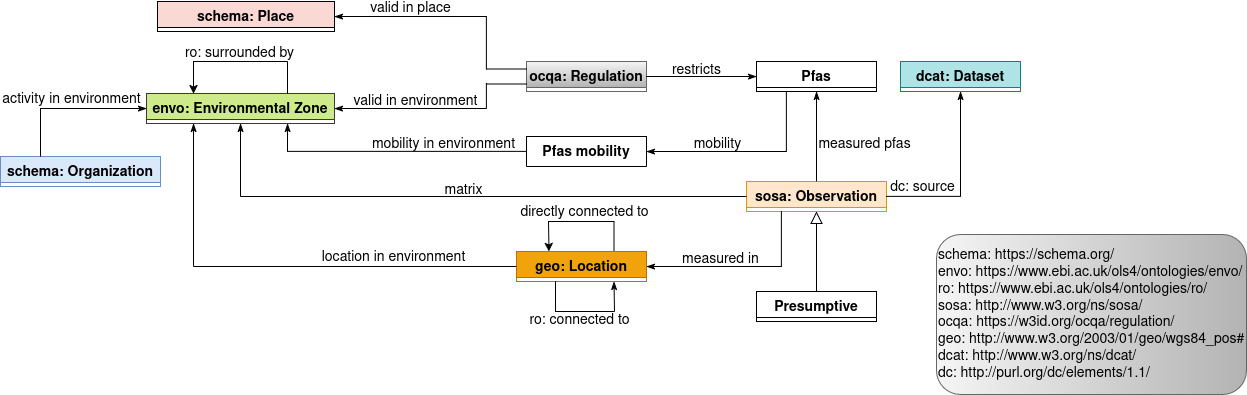
The draw.io diagram ontology/schemas/schema_measurement.png in davide1797/OntoPFAS, before a commit. Source tidied: cells renumbered, new cells last; positions are measured from the earlier drawing's top-left corner, leaving out a move shared by most shapes.
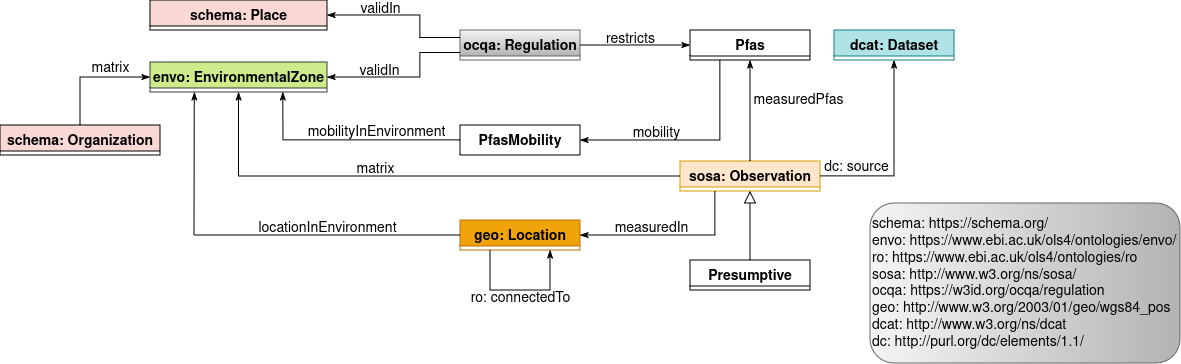
After the change.

Diff of the diagram source:
```diff
@@ -6,43 +6,42 @@
       <mxGeometry x="756" y="60" width="120" height="30" as="geometry" />
     </mxCell>
     <mxCell id="3" value="geo: Location" style="swimlane;fontStyle=1;align=center;verticalAlign=top;horizontal=1;startSize=26;rounded=0;shadow=0;strokeWidth=1;fontSize=14;fillColor=#F0A30A;strokeColor=#BD7000;fontColor=#000000;" parent="1" vertex="1">
-      <mxGeometry x="516" y="250" width="130" height="30" as="geometry" />
+      <mxGeometry x="526" y="250" width="120" height="30" as="geometry" />
     </mxCell>
     <mxCell id="4" value="schema: Place" style="swimlane;fontStyle=1;align=center;verticalAlign=top;horizontal=1;startSize=26;rounded=0;shadow=0;strokeWidth=1;fontSize=14;fillColor=#FAD9D5;" parent="1" vertex="1">
-      <mxGeometry x="157" width="177" height="30" as="geometry" />
+      <mxGeometry x="216" y="30" width="177" height="30" as="geometry" />
     </mxCell>
-    <mxCell id="5" value="envo: Environmental Zone" style="swimlane;fontStyle=1;align=center;verticalAlign=top;horizontal=1;startSize=26;rounded=0;shadow=0;strokeWidth=1;fontSize=14;fillColor=#CDEB8B;strokeColor=#36393d;" parent="1" vertex="1">
-      <mxGeometry x="146" y="92" width="188" height="30" as="geometry" />
+    <mxCell id="5" value="envo: EnvironmentalZone" style="swimlane;fontStyle=1;align=center;verticalAlign=top;horizontal=1;startSize=26;rounded=0;shadow=0;strokeWidth=1;fontSize=14;fillColor=#CDEB8B;strokeColor=#36393d;" parent="1" vertex="1">
+      <mxGeometry x="216" y="92" width="177" height="30" as="geometry" />
     </mxCell>
     <mxCell id="6" value="ocqa: Regulation" style="swimlane;fontStyle=1;align=center;verticalAlign=top;horizontal=1;startSize=26;rounded=0;shadow=0;strokeWidth=1;fontSize=14;fillColor=#f5f5f5;strokeColor=#666666;gradientColor=#B3B3B3;" parent="1" vertex="1">
       <mxGeometry x="526" y="60" width="120" height="30" as="geometry" />
     </mxCell>
-    <mxCell id="7" value="Pfas mobility" style="swimlane;fontStyle=1;align=center;verticalAlign=top;horizontal=1;startSize=30;rounded=0;shadow=0;strokeWidth=1;fontSize=14;" parent="1" vertex="1">
-      <mxGeometry x="526" y="135" width="120" height="30" as="geometry" />
+    <mxCell id="7" value="PfasMobility" style="swimlane;fontStyle=1;align=center;verticalAlign=top;horizontal=1;startSize=30;rounded=0;shadow=0;strokeWidth=1;fontSize=14;" parent="1" vertex="1">
+      <mxGeometry x="526" y="155" width="120" height="30" as="geometry" />
     </mxCell>
     <mxCell id="8" value="sosa: Observation" style="swimlane;fontStyle=1;align=center;verticalAlign=top;horizontal=1;startSize=26;rounded=0;shadow=0;strokeWidth=1;fontSize=14;fillColor=#FFE6CC;strokeColor=#d79b00;" parent="1" vertex="1">
-      <mxGeometry x="746" y="180" width="140" height="30" as="geometry" />
+      <mxGeometry x="746" y="191" width="140" height="30" as="geometry" />
     </mxCell>
-    <mxCell id="9" style="endArrow=none;shadow=0;strokeWidth=1;rounded=0;curved=0;endFill=0;edgeStyle=elbowEdgeStyle;elbow=vertical;" parent="1" edge="1">
+    <mxCell id="9" style="endArrow=none;shadow=0;strokeWidth=1;rounded=0;curved=0;endFill=0;edgeStyle=elbowEdgeStyle;elbow=vertical;exitX=0.25;exitY=1;exitDx=0;exitDy=0;" parent="1" edge="1" source="3">
       <mxGeometry x="0.5" y="41" relative="1" as="geometry">
-        <mxPoint x="555" y="280" as="sourcePoint" />
-        <mxPoint x="614" y="310" as="targetPoint" />
+        <mxPoint x="616" y="310" as="targetPoint" />
         <Array as="points">
-          <mxPoint x="586" y="310" />
+          <mxPoint x="586" y="320" />
         </Array>
         <mxPoint x="-40" y="32" as="offset" />
       </mxGeometry>
     </mxCell>
-    <mxCell id="10" value="ro: connected to" style="text;html=1;align=center;verticalAlign=middle;labelBackgroundColor=none;rounded=0;shadow=0;strokeWidth=1;fontSize=14;" parent="9" vertex="1">
+    <mxCell id="10" value="ro: connectedTo" style="text;html=1;align=center;verticalAlign=middle;labelBackgroundColor=none;rounded=0;shadow=0;strokeWidth=1;fontSize=14;" parent="9" vertex="1">
       <mxGeometry x="0.5" y="49" relative="1" as="geometry">
-        <mxPoint x="-13" y="58" as="offset" />
+        <mxPoint x="-13" y="57" as="offset" />
       </mxGeometry>
     </mxCell>
     <mxCell id="11" style="endArrow=classicThin;shadow=0;strokeWidth=1;rounded=0;curved=0;endFill=1;edgeStyle=elbowEdgeStyle;elbow=vertical;entryX=1;entryY=0.5;entryDx=0;entryDy=0;" parent="1" edge="1" target="7">
       <mxGeometry x="0.5" y="41" relative="1" as="geometry">
         <mxPoint x="786" y="90" as="sourcePoint" />
         <Array as="points">
-          <mxPoint x="716" y="150" />
+          <mxPoint x="716" y="170" />
         </Array>
         <mxPoint x="-40" y="32" as="offset" />
       </mxGeometry>
@@ -55,7 +54,7 @@
     <mxCell id="13" style="endArrow=classicThin;shadow=0;strokeWidth=1;rounded=0;curved=0;endFill=1;edgeStyle=elbowEdgeStyle;elbow=vertical;exitX=1;exitY=0.5;exitDx=0;exitDy=0;entryX=0.5;entryY=1;entryDx=0;entryDy=0;" parent="1" edge="1" source="8" target="22">
       <mxGeometry x="0.5" y="41" relative="1" as="geometry">
         <Array as="points">
-          <mxPoint x="926" y="195" />
+          <mxPoint x="926" y="206" />
         </Array>
         <mxPoint x="-40" y="32" as="offset" />
       </mxGeometry>
@@ -65,9 +64,9 @@
         <mxPoint x="-40" y="32" as="offset" />
       </mxGeometry>
     </mxCell>
-    <mxCell id="15" value="&lt;div&gt;measured pfas&lt;/div&gt;" style="text;html=1;align=center;verticalAlign=middle;labelBackgroundColor=none;rounded=0;shadow=0;strokeWidth=1;fontSize=14;" parent="14" vertex="1">
+    <mxCell id="15" value="&lt;div&gt;measuredPfas&lt;/div&gt;" style="text;html=1;align=center;verticalAlign=middle;labelBackgroundColor=none;rounded=0;shadow=0;strokeWidth=1;fontSize=14;" parent="14" vertex="1">
       <mxGeometry x="0.5" y="49" relative="1" as="geometry">
-        <mxPoint x="97" y="30" as="offset" />
+        <mxPoint x="97" y="15" as="offset" />
       </mxGeometry>
     </mxCell>
     <mxCell id="16" style="endArrow=classicThin;shadow=0;strokeWidth=1;rounded=0;curved=0;endFill=1;edgeStyle=elbowEdgeStyle;elbow=vertical;exitX=0.25;exitY=1;exitDx=0;exitDy=0;entryX=1;entryY=0.5;entryDx=0;entryDy=0;" parent="1" edge="1" source="8" target="3">
@@ -78,7 +77,7 @@
         <mxPoint x="-40" y="32" as="offset" />
       </mxGeometry>
     </mxCell>
-    <mxCell id="17" value="measured in" style="text;html=1;align=center;verticalAlign=middle;labelBackgroundColor=none;rounded=0;shadow=0;strokeWidth=1;fontSize=14;" parent="16" vertex="1">
+    <mxCell id="17" value="measuredIn" style="text;html=1;align=center;verticalAlign=middle;labelBackgroundColor=none;rounded=0;shadow=0;strokeWidth=1;fontSize=14;" parent="16" vertex="1">
       <mxGeometry x="0.5" y="49" relative="1" as="geometry">
         <mxPoint x="26" y="-56" as="offset" />
       </mxGeometry>
@@ -87,14 +86,14 @@
       <mxGeometry x="0.5" y="41" relative="1" as="geometry">
         <mxPoint x="486" y="68" as="sourcePoint" />
         <Array as="points">
-          <mxPoint x="436" y="15" />
+          <mxPoint x="486" y="45" />
         </Array>
         <mxPoint x="-40" y="32" as="offset" />
       </mxGeometry>
     </mxCell>
-    <mxCell id="19" value="valid in place" style="text;html=1;align=center;verticalAlign=middle;labelBackgroundColor=none;rounded=0;shadow=0;strokeWidth=1;fontSize=14;" parent="18" vertex="1">
+    <mxCell id="19" value="validIn" style="text;html=1;align=center;verticalAlign=middle;labelBackgroundColor=none;rounded=0;shadow=0;strokeWidth=1;fontSize=14;" parent="18" vertex="1">
       <mxGeometry x="0.5" y="49" relative="1" as="geometry">
-        <mxPoint x="24" y="-57" as="offset" />
+        <mxPoint x="24" y="-55" as="offset" />
       </mxGeometry>
     </mxCell>
     <mxCell id="20" style="endArrow=classicThin;shadow=0;strokeWidth=1;rounded=0;curved=0;endFill=1;edgeStyle=elbowEdgeStyle;elbow=vertical;exitX=1;exitY=0.5;exitDx=0;exitDy=0;entryX=0;entryY=0.5;entryDx=0;entryDy=0;" parent="1" edge="1" source="6" target="2">
@@ -120,13 +119,13 @@
       <mxGeometry relative="1" as="geometry" />
     </mxCell>
     <mxCell id="25" value="dc: source" style="text;html=1;align=center;verticalAlign=middle;labelBackgroundColor=none;rounded=0;shadow=0;strokeWidth=1;fontSize=14;" parent="1" vertex="1">
-      <mxGeometry x="926" y="294" as="geometry">
+      <mxGeometry x="926" y="305" as="geometry">
         <mxPoint x="-4" y="-108" as="offset" />
       </mxGeometry>
     </mxCell>
     <mxCell id="26" style="endArrow=classicThin;html=1;rounded=0;entryX=0.75;entryY=1;entryDx=0;entryDy=0;endFill=1;" parent="1" edge="1" target="3">
       <mxGeometry relative="1" as="geometry">
-        <mxPoint x="614" y="310" as="sourcePoint" />
+        <mxPoint x="616" y="310" as="sourcePoint" />
       </mxGeometry>
     </mxCell>
     <mxCell id="27" style="endArrow=none;html=1;rounded=0;entryX=0;entryY=0.25;entryDx=0;entryDy=0;" parent="1" edge="1" target="6">
@@ -147,106 +146,65 @@
         </Array>
       </mxGeometry>
     </mxCell>
-    <mxCell id="30" value="valid in environment" style="text;html=1;align=center;verticalAlign=middle;labelBackgroundColor=none;rounded=0;shadow=0;strokeWidth=1;fontSize=14;" parent="1" vertex="1">
-      <mxGeometry x="401" y="106" as="geometry">
-        <mxPoint x="14" y="-6" as="offset" />
+    <mxCell id="30" value="validIn" style="text;html=1;align=center;verticalAlign=middle;labelBackgroundColor=none;rounded=0;shadow=0;strokeWidth=1;fontSize=14;" parent="1" vertex="1">
+      <mxGeometry x="447" y="91" as="geometry">
+        <mxPoint x="-2" y="10" as="offset" />
       </mxGeometry>
     </mxCell>
     <mxCell id="31" style="endArrow=classicThin;html=1;rounded=0;exitX=0;exitY=0.5;exitDx=0;exitDy=0;entryX=0.75;entryY=1;entryDx=0;entryDy=0;endFill=1;" parent="1" edge="1" source="7" target="5">
       <mxGeometry relative="1" as="geometry">
         <Array as="points">
-          <mxPoint x="436" y="150" />
-          <mxPoint x="287" y="150" />
+          <mxPoint x="436" y="170" />
+          <mxPoint x="349" y="170" />
         </Array>
       </mxGeometry>
     </mxCell>
-    <mxCell id="32" value="mobility in environment" style="text;html=1;align=center;verticalAlign=middle;labelBackgroundColor=none;rounded=0;shadow=0;strokeWidth=1;fontSize=14;" parent="1" vertex="1">
-      <mxGeometry x="440" y="140" as="geometry">
-        <mxPoint x="3" y="3" as="offset" />
-      </mxGeometry>
+    <mxCell id="32" value="mobilityInEnvironment" style="text;html=1;align=center;verticalAlign=middle;labelBackgroundColor=none;rounded=0;shadow=0;strokeWidth=1;fontSize=14;" parent="1" vertex="1">
+      <mxGeometry x="442" y="162" as="geometry" />
     </mxCell>
     <mxCell id="33" style="endArrow=classicThin;html=1;rounded=0;entryX=0.5;entryY=1;entryDx=0;entryDy=0;endFill=1;" parent="1" edge="1" target="5">
       <mxGeometry relative="1" as="geometry">
-        <mxPoint x="240" y="195" as="sourcePoint" />
+        <mxPoint x="304.5" y="206" as="sourcePoint" />
       </mxGeometry>
     </mxCell>
     <mxCell id="34" style="endArrow=none;html=1;rounded=0;entryX=0;entryY=0.5;entryDx=0;entryDy=0;" parent="1" edge="1" target="8">
       <mxGeometry relative="1" as="geometry">
-        <mxPoint x="240" y="195" as="sourcePoint" />
+        <mxPoint x="304.5" y="206" as="sourcePoint" />
       </mxGeometry>
     </mxCell>
-    <mxCell id="35" value="location in environment" style="text;html=1;align=center;verticalAlign=middle;labelBackgroundColor=none;rounded=0;shadow=0;strokeWidth=1;fontSize=14;" parent="1" vertex="1">
-      <mxGeometry x="393" y="258" as="geometry">
-        <mxPoint y="-2" as="offset" />
-      </mxGeometry>
+    <mxCell id="35" value="locationInEnvironment" style="text;html=1;align=center;verticalAlign=middle;labelBackgroundColor=none;rounded=0;shadow=0;strokeWidth=1;fontSize=14;" parent="1" vertex="1">
+      <mxGeometry x="393" y="258" as="geometry" />
     </mxCell>
     <mxCell id="36" value="matrix" style="text;html=1;align=center;verticalAlign=middle;labelBackgroundColor=none;rounded=0;shadow=0;strokeWidth=1;fontSize=14;" parent="1" vertex="1">
-      <mxGeometry x="463" y="189" as="geometry" />
+      <mxGeometry x="441" y="199" as="geometry" />
     </mxCell>
     <mxCell id="37" style="endArrow=classicThin;html=1;rounded=0;entryX=0.25;entryY=1;entryDx=0;entryDy=0;endFill=1;" parent="1" edge="1" target="5">
       <mxGeometry relative="1" as="geometry">
-        <mxPoint x="193" y="265" as="sourcePoint" />
+        <mxPoint x="260" y="265" as="sourcePoint" />
       </mxGeometry>
     </mxCell>
     <mxCell id="38" style="endArrow=none;html=1;rounded=0;entryX=0;entryY=0.5;entryDx=0;entryDy=0;" parent="1" edge="1" target="3">
       <mxGeometry relative="1" as="geometry">
-        <mxPoint x="193" y="265" as="sourcePoint" />
+        <mxPoint x="260" y="265" as="sourcePoint" />
       </mxGeometry>
     </mxCell>
-    <mxCell id="39" value="schema: Organization" style="swimlane;fontStyle=1;align=center;verticalAlign=top;horizontal=1;startSize=26;rounded=0;shadow=0;strokeWidth=1;fontSize=14;fillColor=#DAE8FC;strokeColor=#6C8EBF;" parent="1" vertex="1">
-      <mxGeometry y="155" width="160" height="30" as="geometry" />
+    <mxCell id="39" value="schema: Organization" style="swimlane;fontStyle=1;align=center;verticalAlign=top;horizontal=1;startSize=26;rounded=0;shadow=0;strokeWidth=1;fontSize=14;fillColor=#FAD9D5;strokeColor=#000000;" parent="1" vertex="1">
+      <mxGeometry x="66" y="155" width="160" height="30" as="geometry" />
     </mxCell>
-    <mxCell id="40" style="endArrow=classicThin;html=1;rounded=0;exitX=0.25;exitY=0;exitDx=0;exitDy=0;entryX=0;entryY=0.5;entryDx=0;entryDy=0;endFill=1;" parent="1" edge="1" source="39" target="5">
+    <mxCell id="40" style="endArrow=classicThin;html=1;rounded=0;exitX=0.5;exitY=0;exitDx=0;exitDy=0;entryX=0;entryY=0.5;entryDx=0;entryDy=0;endFill=1;" parent="1" edge="1" source="39" target="5">
       <mxGeometry relative="1" as="geometry">
         <Array as="points">
-          <mxPoint x="40" y="107" />
+          <mxPoint x="146" y="107" />
         </Array>
       </mxGeometry>
     </mxCell>
-    <mxCell id="41" value="activity in environment" style="text;html=1;align=center;verticalAlign=middle;labelBackgroundColor=none;rounded=0;shadow=0;strokeWidth=1;fontSize=14;" parent="1" vertex="1">
-      <mxGeometry x="87" y="233" as="geometry">
+    <mxCell id="41" value="matrix" style="text;html=1;align=center;verticalAlign=middle;labelBackgroundColor=none;rounded=0;shadow=0;strokeWidth=1;fontSize=14;" parent="1" vertex="1">
+      <mxGeometry x="192" y="233" as="geometry">
         <mxPoint x="-16" y="-135" as="offset" />
       </mxGeometry>
     </mxCell>
-    <mxCell id="42" value="&lt;div align=&quot;left&quot;&gt;&lt;font style=&quot;font-size: 14px;&quot;&gt;schema: https://schema.org/&lt;br&gt;envo: https://www.ebi.ac.uk/ols4/ontologies/envo/&lt;br&gt;ro: https://www.ebi.ac.uk/ols4/ontologies/ro/&lt;br&gt;sosa: http://www.w3.org/ns/sosa/&lt;br&gt;ocqa: https://w3id.org/ocqa/regulation/&lt;br&gt;geo: http://www.w3.org/2003/01/geo/wgs84_pos#&lt;br&gt;dcat: http://www.w3.org/ns/dcat/&lt;br&gt;dc: http://purl.org/dc/elements/1.1/&lt;/font&gt;&lt;/div&gt;" style="rounded=1;whiteSpace=wrap;html=1;align=left;fillColor=#f5f5f5;strokeColor=#666666;gradientColor=#b3b3b3;gradientDirection=east;" parent="1" vertex="1">
+    <mxCell id="42" value="&lt;div align=&quot;left&quot;&gt;&lt;font style=&quot;font-size: 14px;&quot;&gt;schema: https://schema.org/&lt;br&gt;envo: https://www.ebi.ac.uk/ols4/ontologies/envo/&lt;br&gt;ro: https://www.ebi.ac.uk/ols4/ontologies/ro&lt;br&gt;sosa: http://www.w3.org/ns/sosa/&lt;br&gt;ocqa: https://w3id.org/ocqa/regulation&lt;br&gt;geo: http://www.w3.org/2003/01/geo/wgs84_pos&lt;br&gt;dcat: http://www.w3.org/ns/dcat&lt;br&gt;dc: http://purl.org/dc/elements/1.1/&lt;/font&gt;&lt;/div&gt;" style="rounded=1;whiteSpace=wrap;html=1;align=left;fillColor=#f5f5f5;strokeColor=#666666;gradientColor=#b3b3b3;gradientDirection=east;" parent="1" vertex="1">
       <mxGeometry x="936" y="233" width="310" height="160" as="geometry" />
     </mxCell>
-    <mxCell id="43" style="endArrow=classic;html=1;rounded=0;entryX=0.25;entryY=0;entryDx=0;entryDy=0;" parent="1" edge="1" target="5">
-      <mxGeometry relative="1" as="geometry">
-        <mxPoint x="287" y="60" as="sourcePoint" />
-        <Array as="points">
-          <mxPoint x="193" y="60" />
-        </Array>
-      </mxGeometry>
-    </mxCell>
-    <mxCell id="44" style="endArrow=none;html=1;rounded=0;exitX=0.75;exitY=0;exitDx=0;exitDy=0;" parent="1" edge="1" source="5">
-      <mxGeometry relative="1" as="geometry">
-        <mxPoint x="287" y="60" as="targetPoint" />
-      </mxGeometry>
-    </mxCell>
-    <mxCell id="45" value="ro: surrounded by" style="text;html=1;align=center;verticalAlign=middle;labelBackgroundColor=none;rounded=0;shadow=0;strokeWidth=1;fontSize=14;" parent="1" vertex="1">
-      <mxGeometry x="230.5" y="51" as="geometry">
-        <mxPoint x="8" y="1" as="offset" />
-      </mxGeometry>
-    </mxCell>
-    <mxCell id="46" style="endArrow=none;shadow=0;strokeWidth=1;rounded=0;curved=0;endFill=0;edgeStyle=elbowEdgeStyle;elbow=vertical;entryX=0.75;entryY=0;entryDx=0;entryDy=0;" parent="1" edge="1" target="3">
-      <mxGeometry x="0.5" y="41" relative="1" as="geometry">
-        <mxPoint x="548" y="220" as="sourcePoint" />
-        <Array as="points">
-          <mxPoint x="616" y="220" />
-        </Array>
-        <mxPoint x="-40" y="32" as="offset" />
-      </mxGeometry>
-    </mxCell>
-    <mxCell id="47" value="directly connected to" style="text;html=1;align=center;verticalAlign=middle;labelBackgroundColor=none;rounded=0;shadow=0;strokeWidth=1;fontSize=14;" parent="46" vertex="1">
-      <mxGeometry x="0.5" y="49" relative="1" as="geometry">
-        <mxPoint x="-79" y="-16" as="offset" />
-      </mxGeometry>
-    </mxCell>
-    <mxCell id="48" style="endArrow=classic;html=1;rounded=0;entryX=0.25;entryY=0;entryDx=0;entryDy=0;" parent="1" edge="1" target="3">
-      <mxGeometry relative="1" as="geometry">
-        <mxPoint x="548" y="220" as="sourcePoint" />
-      </mxGeometry>
-    </mxCell>
   </root>
 </mxGraphModel>
```
